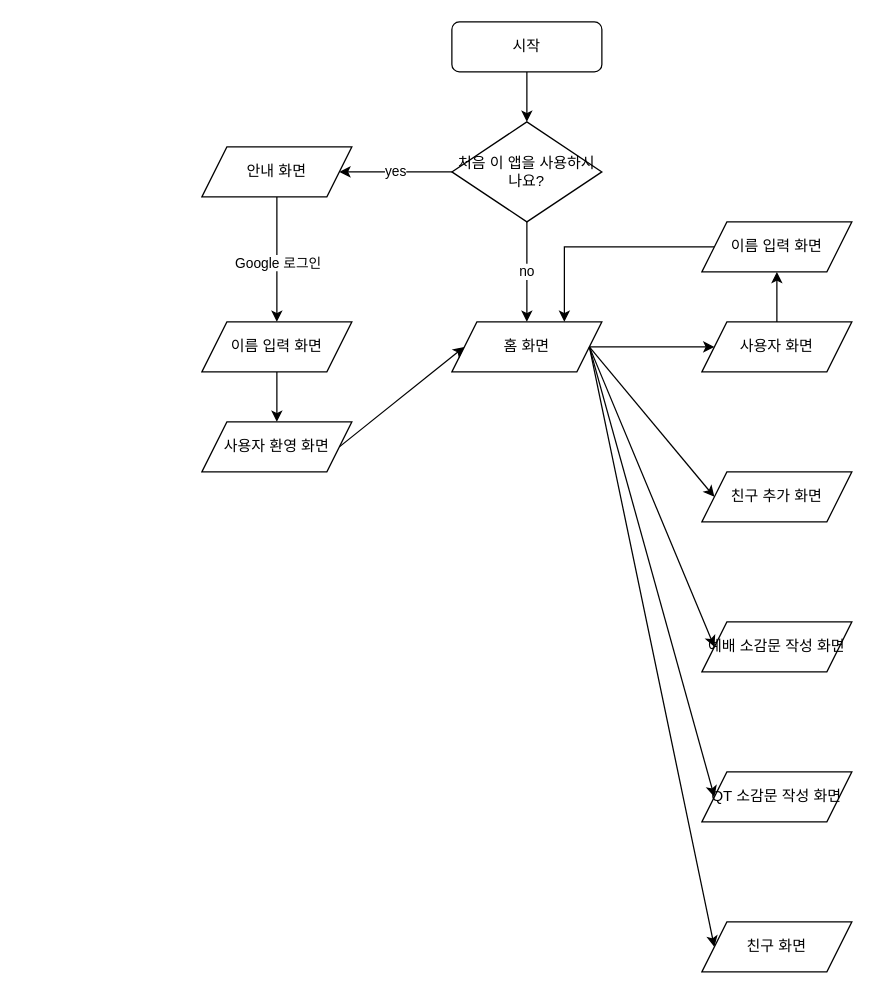
This is VOF UX FLOW CHART v1.0.drawio from sioninmaking/vof-ux-flow-chart, a draw.io file, before an edit. Source tidied: cells renumbered, new cells numbered last; positions are measured from the earlier drawing's top-left corner, leaving out a move shared by most shapes. Both pictures are drawn from the tidied source at 125%, with x=0, y=0 at pixel (201, 21).
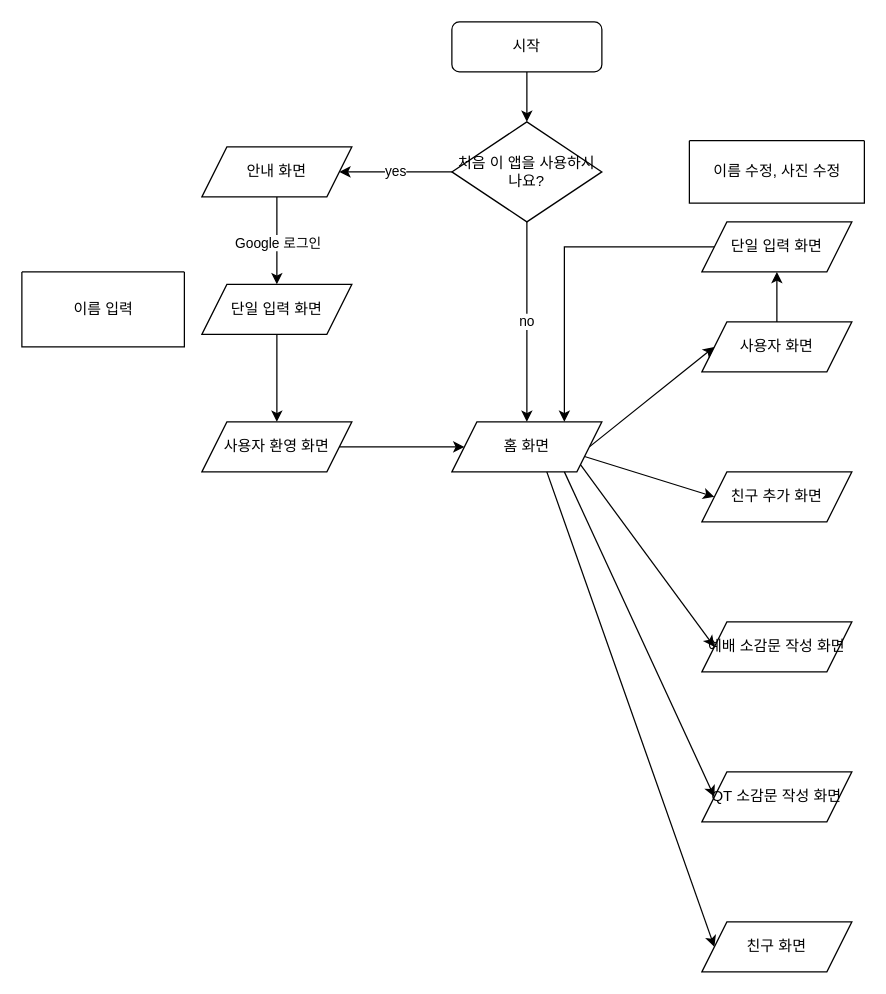
The same page after the edit.

Unchanged cells that the change refers to:
```xml
<mxCell id="16" value="친구 화면" style="shape=parallelogram;perimeter=parallelogramPerimeter;whiteSpace=wrap;html=1;fixedSize=1;" parent="1" vertex="1">
  <mxGeometry x="400" y="720" width="120" height="40" as="geometry" />
</mxCell>
<mxCell id="18" value="친구 추가 화면" style="shape=parallelogram;perimeter=parallelogramPerimeter;whiteSpace=wrap;html=1;fixedSize=1;" parent="1" vertex="1">
  <mxGeometry x="400" y="360" width="120" height="40" as="geometry" />
</mxCell>
<mxCell id="20" value="예배 소감문 작성 화면" style="shape=parallelogram;perimeter=parallelogramPerimeter;whiteSpace=wrap;html=1;fixedSize=1;" parent="1" vertex="1">
  <mxGeometry x="400" y="480" width="120" height="40" as="geometry" />
</mxCell>
<mxCell id="22" value="QT 소감문 작성 화면" style="shape=parallelogram;perimeter=parallelogramPerimeter;whiteSpace=wrap;html=1;fixedSize=1;" parent="1" vertex="1">
  <mxGeometry x="400" y="600" width="120" height="40" as="geometry" />
</mxCell>
```

What changed in the source:
```diff
@@
-    <mxCell id="9" value="이름 입력 화면" style="shape=parallelogram;perimeter=parallelogramPerimeter;whiteSpace=wrap;html=1;fixedSize=1;" parent="1" vertex="1">
-      <mxGeometry y="240" width="120" height="40" as="geometry" />
+    <mxCell id="9" value="단일 입력 화면" style="shape=parallelogram;perimeter=parallelogramPerimeter;whiteSpace=wrap;html=1;fixedSize=1;" parent="1" vertex="1">
+      <mxGeometry y="210" width="120" height="40" as="geometry" />
     </mxCell>
     <mxCell id="10" value="홈 화면" style="shape=parallelogram;perimeter=parallelogramPerimeter;whiteSpace=wrap;html=1;fixedSize=1;" parent="1" vertex="1">
-      <mxGeometry x="200" y="240" width="120" height="40" as="geometry" />
+      <mxGeometry x="200" y="320" width="120" height="40" as="geometry" />
     </mxCell>
@@
-    <mxCell id="17" style="endArrow=classic;html=1;rounded=0;entryX=0;entryY=0.5;entryDx=0;entryDy=0;" parent="1" edge="1" target="16">
-      <mxGeometry relative="1" as="geometry">
-        <mxPoint x="310" y="260" as="sourcePoint" />
-      </mxGeometry>
+    <mxCell id="17" style="endArrow=classic;html=1;rounded=0;entryX=0;entryY=0.5;entryDx=0;entryDy=0;exitX=0.633;exitY=1;exitDx=0;exitDy=0;exitPerimeter=0;" parent="1" edge="1" source="10" target="16">
+      <mxGeometry relative="1" as="geometry" />
     </mxCell>
@@
-    <mxCell id="19" style="endArrow=classic;html=1;rounded=0;entryX=0;entryY=0.5;entryDx=0;entryDy=0;" parent="1" edge="1" target="18">
-      <mxGeometry relative="1" as="geometry">
-        <mxPoint x="310" y="260" as="sourcePoint" />
-      </mxGeometry>
+    <mxCell id="19" style="endArrow=classic;html=1;rounded=0;entryX=0;entryY=0.5;entryDx=0;entryDy=0;exitX=1;exitY=0.75;exitDx=0;exitDy=0;" parent="1" edge="1" source="10" target="18">
+      <mxGeometry relative="1" as="geometry" />
     </mxCell>
@@
-    <mxCell id="21" style="endArrow=classic;html=1;rounded=0;entryX=0;entryY=0.5;entryDx=0;entryDy=0;" parent="1" edge="1" target="20">
-      <mxGeometry relative="1" as="geometry">
-        <mxPoint x="310" y="260" as="sourcePoint" />
-      </mxGeometry>
+    <mxCell id="21" style="endArrow=classic;html=1;rounded=0;entryX=0;entryY=0.5;entryDx=0;entryDy=0;exitX=1;exitY=1;exitDx=0;exitDy=0;" parent="1" edge="1" source="10" target="20">
+      <mxGeometry relative="1" as="geometry" />
     </mxCell>
@@
-    <mxCell id="23" style="endArrow=classic;html=1;rounded=0;entryX=0;entryY=0.5;entryDx=0;entryDy=0;" parent="1" edge="1" target="22">
-      <mxGeometry relative="1" as="geometry">
-        <mxPoint x="310" y="260" as="sourcePoint" />
-      </mxGeometry>
+    <mxCell id="23" style="endArrow=classic;html=1;rounded=0;entryX=0;entryY=0.5;entryDx=0;entryDy=0;exitX=0.75;exitY=1;exitDx=0;exitDy=0;" parent="1" edge="1" source="10" target="22">
+      <mxGeometry relative="1" as="geometry" />
     </mxCell>
@@
-    <mxCell id="26" value="이름 입력 화면" style="shape=parallelogram;perimeter=parallelogramPerimeter;whiteSpace=wrap;html=1;fixedSize=1;" parent="1" vertex="1">
+    <mxCell id="26" value="단일 입력 화면" style="shape=parallelogram;perimeter=parallelogramPerimeter;whiteSpace=wrap;html=1;fixedSize=1;" parent="1" vertex="1">
       <mxGeometry x="400" y="160" width="120" height="40" as="geometry" />
     </mxCell>
@@
+    <mxCell id="28" style="swimlane;startSize=0;" parent="1" vertex="1">
+      <mxGeometry x="-144" y="200" width="130" height="60" as="geometry" />
+    </mxCell>
+    <mxCell id="29" value="이름 입력" style="text;html=1;align=center;verticalAlign=middle;strokeColor=none;fillColor=none;" parent="28" vertex="1">
+      <mxGeometry x="30" y="15" width="70" height="30" as="geometry" />
+    </mxCell>
+    <mxCell id="30" style="swimlane;startSize=0;" parent="1" vertex="1">
+      <mxGeometry x="390" y="95" width="140" height="50" as="geometry" />
+    </mxCell>
+    <mxCell id="31" value="이름 수정, 사진 수정" style="text;html=1;align=center;verticalAlign=middle;strokeColor=none;fillColor=none;" parent="30" vertex="1">
+      <mxGeometry x="10" y="10" width="120" height="30" as="geometry" />
+    </mxCell>
```
